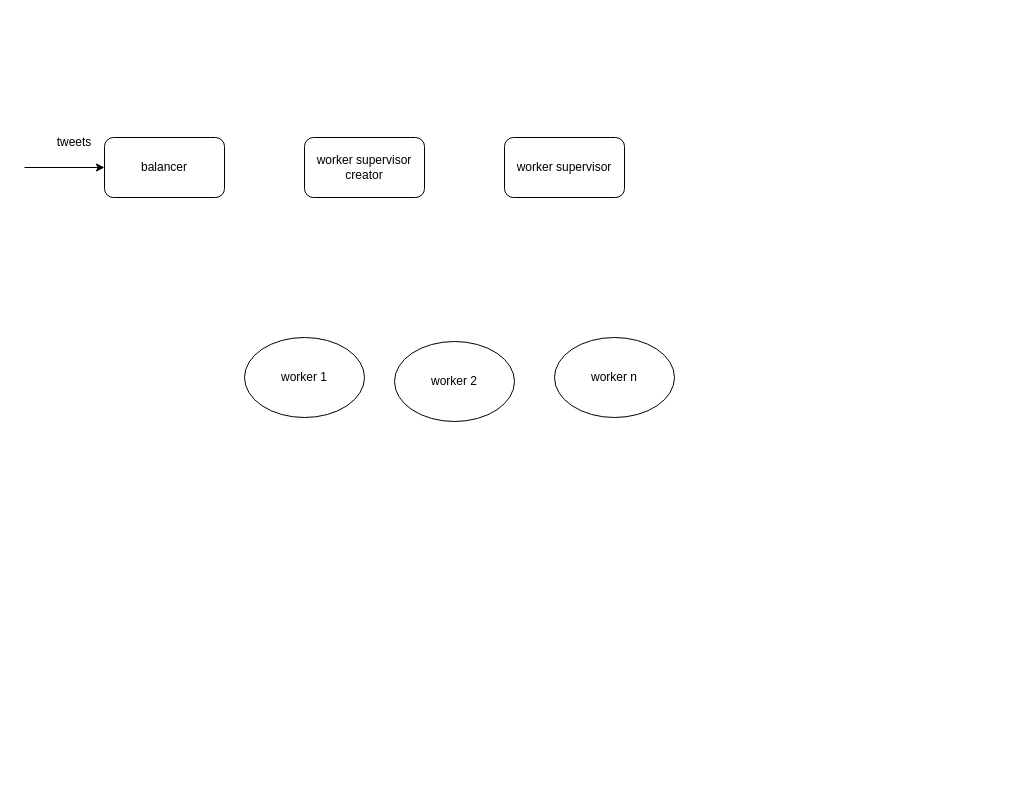
Before: page "worker flow" (3 of 3) of Untitled Diagram.drawio in sandufurdui/Learn-Scala, a draw.io diagram. Source tidied: cells renumbered, new cells numbered last; positions are measured from the earlier drawing's top-left corner, leaving out a move shared by most shapes. Both pictures are drawn from the tidied source at 100%, with x=0, y=0 at pixel (24, 127).
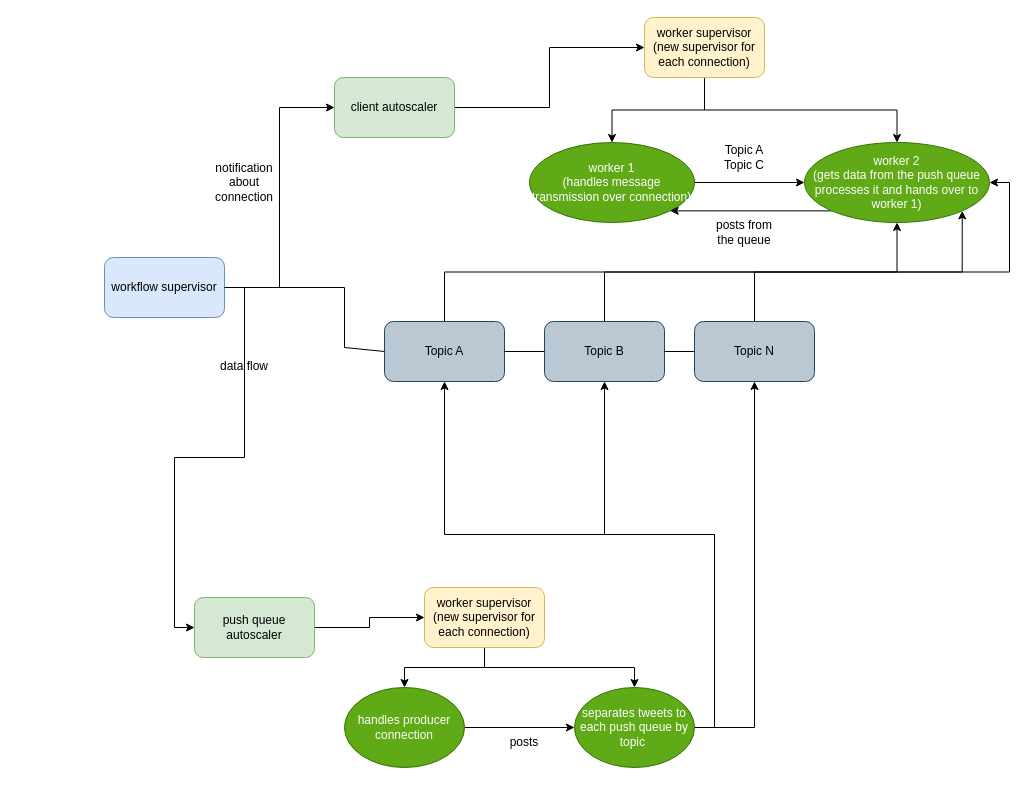
The same diagram, later.

The edit, as a diff of the source:
```diff
@@
-    <mxCell id="2" style="endArrow=classic;html=1;rounded=0;entryX=0;entryY=0.5;entryDx=0;entryDy=0;" parent="1" edge="1">
-      <mxGeometry relative="1" as="geometry">
-        <mxPoint y="40" as="sourcePoint" />
-        <mxPoint x="80" y="40" as="targetPoint" />
-      </mxGeometry>
-    </mxCell>
-    <mxCell id="3" value="tweets" style="text;html=1;strokeColor=none;fillColor=none;align=center;verticalAlign=middle;whiteSpace=wrap;rounded=0;" parent="1" vertex="1">
-      <mxGeometry x="20" width="60" height="30" as="geometry" />
-    </mxCell>
+    <mxCell id="10" style="edgeStyle=orthogonalEdgeStyle;rounded=0;jettySize=auto;html=1;exitX=1;exitY=0.5;exitDx=0;exitDy=0;entryX=0;entryY=0.5;entryDx=0;entryDy=0;" parent="1" edge="1" source="4" target="5">
+      <mxGeometry relative="1" as="geometry" />
+    </mxCell>
-    <mxCell id="4" value="worker 1" style="ellipse;whiteSpace=wrap;html=1;" parent="1" vertex="1">
-      <mxGeometry x="220" y="210" width="120" height="80" as="geometry" />
+    <mxCell id="4" value="worker 1&lt;br&gt;(handles message transmission over connection)" style="ellipse;whiteSpace=wrap;html=1;fillColor=#60a917;fontColor=#ffffff;strokeColor=#2D7600;" parent="1" vertex="1">
+      <mxGeometry x="505" y="15" width="165" height="80" as="geometry" />
     </mxCell>
+    <mxCell id="11" style="edgeStyle=orthogonalEdgeStyle;rounded=0;jettySize=auto;html=1;exitX=0;exitY=1;exitDx=0;exitDy=0;entryX=1;entryY=1;entryDx=0;entryDy=0;" parent="1" edge="1" source="5" target="4">
+      <mxGeometry relative="1" as="geometry" />
+    </mxCell>
-    <mxCell id="5" value="worker 2" style="ellipse;whiteSpace=wrap;html=1;" parent="1" vertex="1">
-      <mxGeometry x="370" y="214" width="120" height="80" as="geometry" />
+    <mxCell id="5" value="worker 2&lt;br&gt;(gets data from the push queue processes it and hands over to worker 1)" style="ellipse;whiteSpace=wrap;html=1;fillColor=#60a917;fontColor=#ffffff;strokeColor=#2D7600;" parent="1" vertex="1">
+      <mxGeometry x="780" y="15" width="185" height="80" as="geometry" />
     </mxCell>
-    <mxCell id="6" value="worker n" style="ellipse;whiteSpace=wrap;html=1;" parent="1" vertex="1">
-      <mxGeometry x="530" y="210" width="120" height="80" as="geometry" />
-    </mxCell>
+    <mxCell id="12" style="edgeStyle=orthogonalEdgeStyle;rounded=0;jettySize=auto;html=1;exitX=1;exitY=0.5;exitDx=0;exitDy=0;entryX=0;entryY=0.5;entryDx=0;entryDy=0;" parent="1" edge="1" source="7" target="9">
+      <mxGeometry relative="1" as="geometry" />
+    </mxCell>
-    <mxCell id="7" value="balancer" style="rounded=1;whiteSpace=wrap;html=1;" parent="1" vertex="1">
-      <mxGeometry x="80" y="10" width="120" height="60" as="geometry" />
+    <mxCell id="7" value="client autoscaler" style="rounded=1;whiteSpace=wrap;html=1;fillColor=#d5e8d4;strokeColor=#82b366;" parent="1" vertex="1">
+      <mxGeometry x="310" y="-50" width="120" height="60" as="geometry" />
     </mxCell>
-    <mxCell id="8" value="worker supervisor creator" style="rounded=1;whiteSpace=wrap;html=1;" parent="1" vertex="1">
-      <mxGeometry x="280" y="10" width="120" height="60" as="geometry" />
-    </mxCell>
+    <mxCell id="13" style="edgeStyle=orthogonalEdgeStyle;rounded=0;jettySize=auto;html=1;exitX=0.5;exitY=1;exitDx=0;exitDy=0;entryX=0.5;entryY=0;entryDx=0;entryDy=0;" parent="1" edge="1" source="9" target="4">
+      <mxGeometry relative="1" as="geometry" />
+    </mxCell>
+    <mxCell id="14" style="edgeStyle=orthogonalEdgeStyle;rounded=0;jettySize=auto;html=1;exitX=0.5;exitY=1;exitDx=0;exitDy=0;entryX=0.5;entryY=0;entryDx=0;entryDy=0;" parent="1" edge="1" source="9" target="5">
+      <mxGeometry relative="1" as="geometry" />
+    </mxCell>
-    <mxCell id="9" value="worker supervisor" style="rounded=1;whiteSpace=wrap;html=1;" parent="1" vertex="1">
-      <mxGeometry x="480" y="10" width="120" height="60" as="geometry" />
+    <mxCell id="9" value="worker supervisor&lt;br&gt;(new supervisor for each connection)" style="rounded=1;whiteSpace=wrap;html=1;fillColor=#fff2cc;strokeColor=#d6b656;" parent="1" vertex="1">
+      <mxGeometry x="620" y="-110" width="120" height="60" as="geometry" />
     </mxCell>
+    <mxCell id="15" style="edgeStyle=orthogonalEdgeStyle;rounded=0;jettySize=auto;html=1;exitX=1;exitY=0.5;exitDx=0;exitDy=0;entryX=0;entryY=0.5;entryDx=0;entryDy=0;" parent="1" edge="1" source="16" target="19">
+      <mxGeometry relative="1" as="geometry" />
+    </mxCell>
+    <mxCell id="16" value="push queue autoscaler" style="rounded=1;whiteSpace=wrap;html=1;fillColor=#d5e8d4;strokeColor=#82b366;" parent="1" vertex="1">
+      <mxGeometry x="170" y="470" width="120" height="60" as="geometry" />
+    </mxCell>
+    <mxCell id="17" style="edgeStyle=orthogonalEdgeStyle;rounded=0;jettySize=auto;html=1;exitX=0.5;exitY=1;exitDx=0;exitDy=0;entryX=0.5;entryY=0;entryDx=0;entryDy=0;" parent="1" edge="1" source="19" target="21">
+      <mxGeometry relative="1" as="geometry" />
+    </mxCell>
+    <mxCell id="18" style="edgeStyle=orthogonalEdgeStyle;rounded=0;jettySize=auto;html=1;exitX=0.5;exitY=1;exitDx=0;exitDy=0;entryX=0.5;entryY=0;entryDx=0;entryDy=0;" parent="1" edge="1" source="19" target="25">
+      <mxGeometry relative="1" as="geometry" />
+    </mxCell>
+    <mxCell id="19" value="worker supervisor&lt;br&gt;(new supervisor for each connection)" style="rounded=1;whiteSpace=wrap;html=1;fillColor=#fff2cc;strokeColor=#d6b656;" parent="1" vertex="1">
+      <mxGeometry x="400" y="460" width="120" height="60" as="geometry" />
+    </mxCell>
+    <mxCell id="20" style="edgeStyle=orthogonalEdgeStyle;rounded=0;jettySize=auto;html=1;exitX=1;exitY=0.5;exitDx=0;exitDy=0;entryX=0;entryY=0.5;entryDx=0;entryDy=0;" parent="1" edge="1" source="21" target="25">
+      <mxGeometry relative="1" as="geometry" />
+    </mxCell>
+    <mxCell id="21" value="handles producer connection" style="ellipse;whiteSpace=wrap;html=1;fillColor=#60a917;fontColor=#ffffff;strokeColor=#2D7600;" parent="1" vertex="1">
+      <mxGeometry x="320" y="560" width="120" height="80" as="geometry" />
+    </mxCell>
+    <mxCell id="22" style="edgeStyle=orthogonalEdgeStyle;rounded=0;jettySize=auto;html=1;exitX=1;exitY=0.5;exitDx=0;exitDy=0;entryX=0.5;entryY=1;entryDx=0;entryDy=0;" parent="1" edge="1" source="25" target="32">
+      <mxGeometry relative="1" as="geometry" />
+    </mxCell>
+    <mxCell id="23" style="edgeStyle=orthogonalEdgeStyle;rounded=0;jettySize=auto;html=1;exitX=1;exitY=0.5;exitDx=0;exitDy=0;entryX=0.5;entryY=1;entryDx=0;entryDy=0;" parent="1" edge="1" source="25" target="34">
+      <mxGeometry relative="1" as="geometry" />
+    </mxCell>
+    <mxCell id="24" style="edgeStyle=orthogonalEdgeStyle;rounded=0;jettySize=auto;html=1;exitX=1;exitY=0.5;exitDx=0;exitDy=0;entryX=0.5;entryY=1;entryDx=0;entryDy=0;" parent="1" edge="1" source="25" target="36">
+      <mxGeometry relative="1" as="geometry" />
+    </mxCell>
+    <mxCell id="25" value="separates tweets to each push queue by topic&amp;nbsp;" style="ellipse;whiteSpace=wrap;html=1;fillColor=#60a917;fontColor=#ffffff;strokeColor=#2D7600;" parent="1" vertex="1">
+      <mxGeometry x="550" y="560" width="120" height="80" as="geometry" />
+    </mxCell>
+    <mxCell id="26" style="edgeStyle=orthogonalEdgeStyle;rounded=0;jettySize=auto;html=1;exitX=1;exitY=0.5;exitDx=0;exitDy=0;entryX=0;entryY=0.5;entryDx=0;entryDy=0;" parent="1" edge="1" source="28" target="7">
+      <mxGeometry relative="1" as="geometry" />
+    </mxCell>
+    <mxCell id="27" style="edgeStyle=orthogonalEdgeStyle;rounded=0;jettySize=auto;html=1;exitX=1;exitY=0.5;exitDx=0;exitDy=0;entryX=0;entryY=0.5;entryDx=0;entryDy=0;" parent="1" edge="1" source="28" target="16">
+      <mxGeometry relative="1" as="geometry" />
+    </mxCell>
+    <mxCell id="28" value="workflow supervisor" style="rounded=1;whiteSpace=wrap;html=1;fillColor=#dae8fc;strokeColor=#6c8ebf;" parent="1" vertex="1">
+      <mxGeometry x="80" y="130" width="120" height="60" as="geometry" />
+    </mxCell>
+    <mxCell id="29" value="data flow" style="text;html=1;strokeColor=none;fillColor=none;align=center;verticalAlign=middle;whiteSpace=wrap;rounded=0;" parent="1" vertex="1">
+      <mxGeometry x="190" y="224" width="60" height="30" as="geometry" />
+    </mxCell>
+    <mxCell id="30" value="notification about connection" style="text;html=1;strokeColor=none;fillColor=none;align=center;verticalAlign=middle;whiteSpace=wrap;rounded=0;" parent="1" vertex="1">
+      <mxGeometry x="190" y="40" width="60" height="30" as="geometry" />
+    </mxCell>
+    <mxCell id="31" style="edgeStyle=orthogonalEdgeStyle;rounded=0;jettySize=auto;html=1;exitX=0.5;exitY=0;exitDx=0;exitDy=0;entryX=0.5;entryY=1;entryDx=0;entryDy=0;" parent="1" edge="1" source="32" target="5">
+      <mxGeometry relative="1" as="geometry" />
+    </mxCell>
+    <mxCell id="32" value="Topic A" style="rounded=1;whiteSpace=wrap;html=1;fillColor=#bac8d3;strokeColor=#23445d;" parent="1" vertex="1">
+      <mxGeometry x="360" y="194" width="120" height="60" as="geometry" />
+    </mxCell>
+    <mxCell id="33" style="edgeStyle=orthogonalEdgeStyle;rounded=0;jettySize=auto;html=1;exitX=0.5;exitY=0;exitDx=0;exitDy=0;entryX=1;entryY=1;entryDx=0;entryDy=0;" parent="1" edge="1" source="34" target="5">
+      <mxGeometry relative="1" as="geometry" />
+    </mxCell>
+    <mxCell id="34" value="Topic B" style="rounded=1;whiteSpace=wrap;html=1;fillColor=#bac8d3;strokeColor=#23445d;" parent="1" vertex="1">
+      <mxGeometry x="520" y="194" width="120" height="60" as="geometry" />
+    </mxCell>
+    <mxCell id="35" style="edgeStyle=orthogonalEdgeStyle;rounded=0;jettySize=auto;html=1;exitX=0.5;exitY=0;exitDx=0;exitDy=0;entryX=1;entryY=0.5;entryDx=0;entryDy=0;" parent="1" edge="1" source="36" target="5">
+      <mxGeometry relative="1" as="geometry" />
+    </mxCell>
+    <mxCell id="36" value="Topic N" style="rounded=1;whiteSpace=wrap;html=1;fillColor=#bac8d3;strokeColor=#23445d;" parent="1" vertex="1">
+      <mxGeometry x="670" y="194" width="120" height="60" as="geometry" />
+    </mxCell>
+    <mxCell id="37" value="Topic A&lt;br&gt;Topic C" style="text;html=1;strokeColor=none;fillColor=none;align=center;verticalAlign=middle;whiteSpace=wrap;rounded=0;" parent="1" vertex="1">
+      <mxGeometry x="690" y="15" width="60" height="30" as="geometry" />
+    </mxCell>
+    <mxCell id="38" value="posts from the queue" style="text;html=1;strokeColor=none;fillColor=none;align=center;verticalAlign=middle;whiteSpace=wrap;rounded=0;" parent="1" vertex="1">
+      <mxGeometry x="690" y="90" width="60" height="30" as="geometry" />
+    </mxCell>
+    <mxCell id="39" style="endArrow=none;html=1;rounded=0;exitX=1;exitY=0.5;exitDx=0;exitDy=0;entryX=0;entryY=0.5;entryDx=0;entryDy=0;" parent="1" edge="1" source="28" target="32">
+      <mxGeometry relative="1" as="geometry">
+        <Array as="points">
+          <mxPoint x="320" y="160" />
+          <mxPoint x="320" y="220" />
+        </Array>
+      </mxGeometry>
+    </mxCell>
+    <mxCell id="40" value="posts" style="text;html=1;strokeColor=none;fillColor=none;align=center;verticalAlign=middle;whiteSpace=wrap;rounded=0;" parent="1" vertex="1">
+      <mxGeometry x="470" y="600" width="60" height="30" as="geometry" />
+    </mxCell>
+    <mxCell id="41" style="endArrow=none;html=1;rounded=0;entryX=0;entryY=0.5;entryDx=0;entryDy=0;exitX=1;exitY=0.5;exitDx=0;exitDy=0;" parent="1" edge="1" source="34" target="36">
+      <mxGeometry relative="1" as="geometry" />
+    </mxCell>
+    <mxCell id="42" style="endArrow=none;html=1;rounded=0;exitX=1;exitY=0.5;exitDx=0;exitDy=0;" parent="1" edge="1" source="32">
+      <mxGeometry relative="1" as="geometry">
+        <mxPoint x="520" y="224" as="targetPoint" />
+      </mxGeometry>
+    </mxCell>
```
